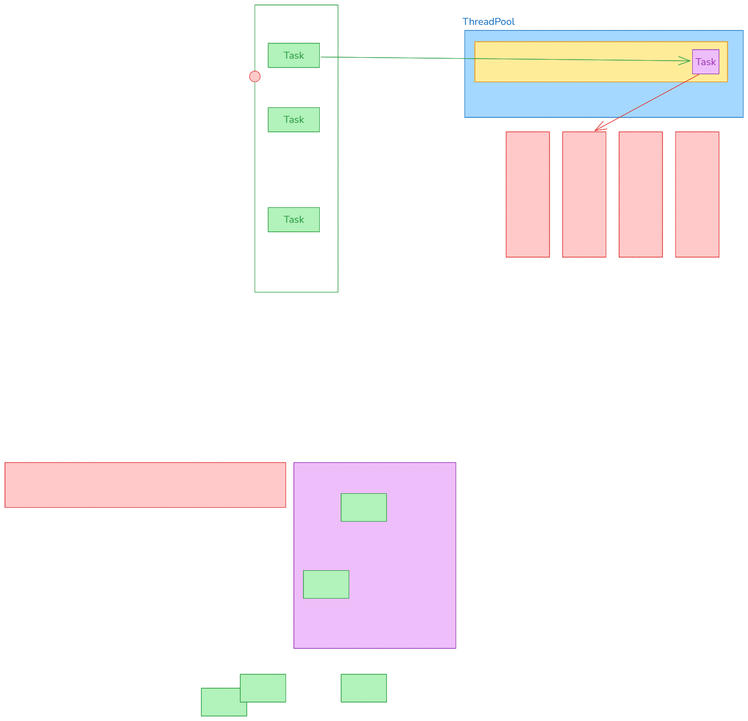
silvercodes/p42_sp keeps this Excalidraw diagram as img/4.tpl.excalidraw.png. Above is the earlier version. Source tidied: one line per element, renumbered; positions are measured from the earlier drawing's top-left corner, leaving out a move shared by most shapes.
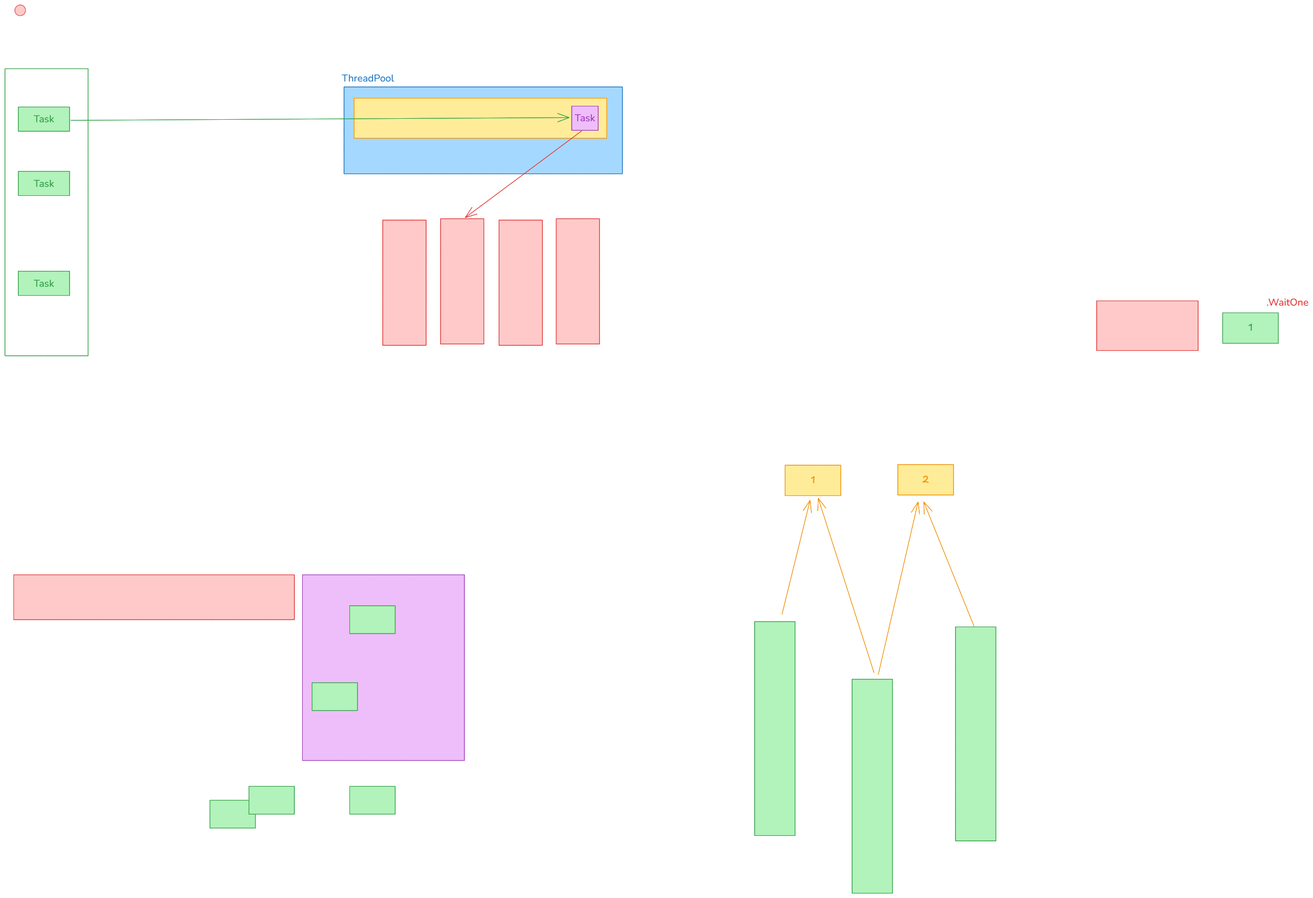
Later version of the same file.

Diff of the diagram source:
```diff
@@ -4,23 +4,38 @@
 {"id": 3, "type": "text", "text": "Task", "strokeColor": "#2f9e44", "backgroundColor": "#b2f2bb", "fillStyle": "solid", "strokeWidth": 1, "roughness": 0, "fontSize": 20, "fontFamily": 6, "textAlign": "center", "verticalAlign": "middle", "inside": 2, "x": 560, "y": 217, "width": 41, "height": 27}
 {"id": 4, "type": "rectangle", "strokeColor": "#2f9e44", "backgroundColor": "#b2f2bb", "fillStyle": "solid", "strokeWidth": 1, "roughness": 0, "x": 529, "y": 407, "width": 103, "height": 49}
 {"id": 5, "type": "text", "text": "Task", "strokeColor": "#2f9e44", "backgroundColor": "#b2f2bb", "fillStyle": "solid", "strokeWidth": 1, "roughness": 0, "fontSize": 20, "fontFamily": 6, "textAlign": "center", "verticalAlign": "middle", "inside": 4, "x": 560, "y": 418, "width": 41, "height": 27}
-{"id": 6, "type": "rectangle", "strokeColor": "#1971c2", "backgroundColor": "#a5d8ff", "fillStyle": "solid", "strokeWidth": 1, "roughness": 0, "x": 924, "y": 51, "width": 560, "height": 175}
+{"id": 6, "type": "rectangle", "strokeColor": "#1971c2", "backgroundColor": "#a5d8ff", "fillStyle": "solid", "strokeWidth": 1, "roughness": 0, "x": 1184, "y": 37, "width": 560, "height": 175}
-{"id": 7, "type": "text", "text": "ThreadPool", "strokeColor": "#1971c2", "backgroundColor": "#a5d8ff", "fillStyle": "solid", "strokeWidth": 1, "roughness": 0, "fontSize": 20, "fontFamily": 6, "x": 920, "y": 20, "width": 105, "height": 27}
+{"id": 7, "type": "text", "text": "ThreadPool", "strokeColor": "#1971c2", "backgroundColor": "#a5d8ff", "fillStyle": "solid", "strokeWidth": 1, "roughness": 0, "fontSize": 20, "fontFamily": 6, "x": 1180, "y": 6, "width": 105, "height": 27}
 {"id": 8, "type": "rectangle", "strokeColor": "#2f9e44", "strokeWidth": 1, "roughness": 0, "x": 502, "y": 0, "width": 167, "height": 578}
-{"id": 9, "type": "rectangle", "strokeColor": "#f08c00", "backgroundColor": "#ffec99", "fillStyle": "solid", "strokeWidth": 1, "roughness": 0, "x": 945, "y": 74, "width": 508, "height": 81}
+{"id": 9, "type": "rectangle", "strokeColor": "#f08c00", "backgroundColor": "#ffec99", "fillStyle": "solid", "strokeWidth": 1, "roughness": 0, "x": 1205, "y": 59, "width": 508, "height": 81}
-{"id": 10, "type": "arrow", "strokeColor": "#2f9e44", "strokeWidth": 1, "roughness": 0, "endArrowhead": "arrow", "round": true, "from": 0, "to": 11, "x": 635, "y": 105, "width": 742, "height": 8, "points": [[0, 0], [742, 8]]}
+{"id": 10, "type": "arrow", "strokeColor": "#2f9e44", "strokeWidth": 1, "roughness": 0, "endArrowhead": "arrow", "round": true, "from": 0, "to": 11, "x": 635, "y": 104, "width": 1002, "height": 6, "points": [[0, 0], [1002, -6]]}
-{"id": 11, "type": "rectangle", "strokeColor": "#9c36b5", "backgroundColor": "#eebefa", "fillStyle": "solid", "strokeWidth": 1, "roughness": 0, "x": 1382, "y": 90, "width": 53, "height": 49}
+{"id": 11, "type": "rectangle", "strokeColor": "#9c36b5", "backgroundColor": "#eebefa", "fillStyle": "solid", "strokeWidth": 1, "roughness": 0, "x": 1642, "y": 75, "width": 53, "height": 49}
-{"id": 12, "type": "text", "text": "Task", "strokeColor": "#9c36b5", "backgroundColor": "#b2f2bb", "fillStyle": "solid", "strokeWidth": 1, "roughness": 0, "fontSize": 20, "fontFamily": 6, "textAlign": "center", "verticalAlign": "middle", "inside": 11, "x": 1389, "y": 101, "width": 41, "height": 27}
+{"id": 12, "type": "text", "text": "Task", "strokeColor": "#9c36b5", "backgroundColor": "#b2f2bb", "fillStyle": "solid", "strokeWidth": 1, "roughness": 0, "fontSize": 20, "fontFamily": 6, "textAlign": "center", "verticalAlign": "middle", "inside": 11, "x": 1649, "y": 86, "width": 41, "height": 27}
-{"id": 13, "type": "ellipse", "strokeColor": "#e03131", "backgroundColor": "#ffc9c9", "fillStyle": "solid", "strokeWidth": 1, "roughness": 0, "x": 492, "y": 133, "width": 22, "height": 22}
+{"id": 13, "type": "ellipse", "strokeColor": "#e03131", "backgroundColor": "#ffc9c9", "fillStyle": "solid", "strokeWidth": 1, "roughness": 0, "x": 522, "y": -128, "width": 22, "height": 22}
-{"id": 14, "type": "rectangle", "strokeColor": "#e03131", "backgroundColor": "#ffc9c9", "fillStyle": "solid", "strokeWidth": 1, "roughness": 0, "x": 1008, "y": 255, "width": 87, "height": 252}
+{"id": 14, "type": "rectangle", "strokeColor": "#e03131", "backgroundColor": "#ffc9c9", "fillStyle": "solid", "strokeWidth": 1, "roughness": 0, "x": 1262, "y": 305, "width": 87, "height": 252}
-{"id": 15, "type": "rectangle", "strokeColor": "#e03131", "backgroundColor": "#ffc9c9", "fillStyle": "solid", "strokeWidth": 1, "roughness": 0, "x": 1121, "y": 255, "width": 87, "height": 252}
+{"id": 15, "type": "rectangle", "strokeColor": "#e03131", "backgroundColor": "#ffc9c9", "fillStyle": "solid", "strokeWidth": 1, "roughness": 0, "x": 1379, "y": 302, "width": 87, "height": 252}
-{"id": 16, "type": "rectangle", "strokeColor": "#e03131", "backgroundColor": "#ffc9c9", "fillStyle": "solid", "strokeWidth": 1, "roughness": 0, "x": 1235, "y": 255, "width": 87, "height": 252}
+{"id": 16, "type": "rectangle", "strokeColor": "#e03131", "backgroundColor": "#ffc9c9", "fillStyle": "solid", "strokeWidth": 1, "roughness": 0, "x": 1496, "y": 305, "width": 87, "height": 252}
-{"id": 17, "type": "rectangle", "strokeColor": "#e03131", "backgroundColor": "#ffc9c9", "fillStyle": "solid", "strokeWidth": 1, "roughness": 0, "x": 1348, "y": 255, "width": 87, "height": 252}
+{"id": 17, "type": "rectangle", "strokeColor": "#e03131", "backgroundColor": "#ffc9c9", "fillStyle": "solid", "strokeWidth": 1, "roughness": 0, "x": 1611, "y": 302, "width": 87, "height": 252}
-{"id": 18, "type": "arrow", "strokeColor": "#e03131", "backgroundColor": "#ffc9c9", "fillStyle": "solid", "strokeWidth": 1, "roughness": 0, "endArrowhead": "arrow", "round": true, "from": 11, "to": 15, "x": 1395, "y": 140, "width": 209, "height": 113, "points": [[0, 0], [-209, 113]]}
+{"id": 18, "type": "arrow", "strokeColor": "#e03131", "backgroundColor": "#ffc9c9", "fillStyle": "solid", "strokeWidth": 1, "roughness": 0, "endArrowhead": "arrow", "round": true, "from": 11, "to": 15, "x": 1663, "y": 125, "width": 234, "height": 174, "points": [[0, 0], [-234, 174]]}
-{"id": 19, "type": "rectangle", "strokeColor": "#9c36b5", "backgroundColor": "#eebefa", "fillStyle": "solid", "strokeWidth": 1, "roughness": 0, "x": 581, "y": 920, "width": 326, "height": 374}
+{"id": 19, "type": "rectangle", "strokeColor": "#9c36b5", "backgroundColor": "#eebefa", "fillStyle": "solid", "strokeWidth": 1, "roughness": 0, "x": 1101, "y": 1018, "width": 326, "height": 374}
-{"id": 20, "type": "rectangle", "strokeColor": "#e03131", "backgroundColor": "#ffc9c9", "fillStyle": "solid", "strokeWidth": 1, "roughness": 0, "x": 0, "y": 920, "width": 565, "height": 90}
+{"id": 20, "type": "rectangle", "strokeColor": "#e03131", "backgroundColor": "#ffc9c9", "fillStyle": "solid", "strokeWidth": 1, "roughness": 0, "x": 520, "y": 1018, "width": 565, "height": 90}
-{"id": 21, "type": "rectangle", "strokeColor": "#2f9e44", "backgroundColor": "#b2f2bb", "fillStyle": "solid", "strokeWidth": 1, "roughness": 0, "x": 395, "y": 1374, "width": 91, "height": 56}
+{"id": 21, "type": "rectangle", "strokeColor": "#2f9e44", "backgroundColor": "#b2f2bb", "fillStyle": "solid", "strokeWidth": 1, "roughness": 0, "x": 915, "y": 1472, "width": 91, "height": 56}
-{"id": 22, "type": "rectangle", "strokeColor": "#2f9e44", "backgroundColor": "#b2f2bb", "fillStyle": "solid", "strokeWidth": 1, "roughness": 0, "x": 676, "y": 1346, "width": 91, "height": 56}
+{"id": 22, "type": "rectangle", "strokeColor": "#2f9e44", "backgroundColor": "#b2f2bb", "fillStyle": "solid", "strokeWidth": 1, "roughness": 0, "x": 1196, "y": 1444, "width": 91, "height": 56}
-{"id": 23, "type": "rectangle", "strokeColor": "#2f9e44", "backgroundColor": "#b2f2bb", "fillStyle": "solid", "strokeWidth": 1, "roughness": 0, "x": 600, "y": 1137, "width": 91, "height": 56}
+{"id": 23, "type": "rectangle", "strokeColor": "#2f9e44", "backgroundColor": "#b2f2bb", "fillStyle": "solid", "strokeWidth": 1, "roughness": 0, "x": 1120, "y": 1235, "width": 91, "height": 56}
-{"id": 24, "type": "rectangle", "strokeColor": "#2f9e44", "backgroundColor": "#b2f2bb", "fillStyle": "solid", "strokeWidth": 1, "roughness": 0, "x": 473, "y": 1346, "width": 91, "height": 56}
+{"id": 24, "type": "rectangle", "strokeColor": "#2f9e44", "backgroundColor": "#b2f2bb", "fillStyle": "solid", "strokeWidth": 1, "roughness": 0, "x": 993, "y": 1444, "width": 91, "height": 56}
-{"id": 25, "type": "rectangle", "strokeColor": "#2f9e44", "backgroundColor": "#b2f2bb", "fillStyle": "solid", "strokeWidth": 1, "roughness": 0, "x": 676, "y": 983, "width": 91, "height": 56}
+{"id": 25, "type": "rectangle", "strokeColor": "#2f9e44", "backgroundColor": "#b2f2bb", "fillStyle": "solid", "strokeWidth": 1, "roughness": 0, "x": 1196, "y": 1081, "width": 91, "height": 56}
+{"id": 26, "type": "rectangle", "strokeColor": "#2f9e44", "backgroundColor": "#b2f2bb", "fillStyle": "solid", "strokeWidth": 1, "roughness": 0, "x": 2010, "y": 1112, "width": 81, "height": 431}
+{"id": 27, "type": "rectangle", "strokeColor": "#2f9e44", "backgroundColor": "#b2f2bb", "fillStyle": "solid", "strokeWidth": 1, "roughness": 0, "x": 2206, "y": 1228, "width": 81, "height": 431}
+{"id": 28, "type": "rectangle", "strokeColor": "#2f9e44", "backgroundColor": "#b2f2bb", "fillStyle": "solid", "strokeWidth": 1, "roughness": 0, "x": 2414, "y": 1123, "width": 81, "height": 431}
+{"id": 29, "type": "rectangle", "strokeColor": "#f08c00", "backgroundColor": "#ffec99", "fillStyle": "solid", "strokeWidth": 1, "roughness": 0, "x": 2072, "y": 798, "width": 112, "height": 61}
+{"id": 30, "type": "text", "text": "1", "strokeColor": "#f08c00", "backgroundColor": "#ffec99", "fillStyle": "solid", "strokeWidth": 1, "roughness": 0, "fontSize": 20, "fontFamily": 5, "textAlign": "center", "verticalAlign": "middle", "inside": 29, "x": 2123, "y": 816, "width": 9, "height": 25}
+{"id": 31, "type": "rectangle", "strokeColor": "#f08c00", "backgroundColor": "#ffec99", "fillStyle": "solid", "strokeWidth": 1, "roughness": 0, "x": 2298, "y": 796, "width": 112, "height": 61}
+{"id": 32, "type": "text", "text": "2", "strokeColor": "#f08c00", "backgroundColor": "#ffec99", "fillStyle": "solid", "strokeWidth": 1, "roughness": 0, "fontSize": 20, "fontFamily": 5, "textAlign": "center", "verticalAlign": "middle", "inside": 31, "x": 2347, "y": 815, "width": 14, "height": 25}
+{"id": 33, "type": "arrow", "strokeColor": "#f08c00", "backgroundColor": "#ffec99", "fillStyle": "solid", "strokeWidth": 1, "roughness": 0, "endArrowhead": "arrow", "round": true, "from": 27, "to": 29, "x": 2250, "y": 1215, "width": 112, "height": 351, "points": [[0, 0], [-112, -351]]}
+{"id": 34, "type": "arrow", "strokeColor": "#f08c00", "backgroundColor": "#ffec99", "fillStyle": "solid", "strokeWidth": 1, "roughness": 0, "endArrowhead": "arrow", "round": true, "from": 26, "to": 29, "x": 2065, "y": 1098, "width": 56, "height": 229, "points": [[0, 0], [56, -229]]}
+{"id": 35, "type": "arrow", "strokeColor": "#f08c00", "backgroundColor": "#ffec99", "fillStyle": "solid", "strokeWidth": 1, "roughness": 0, "endArrowhead": "arrow", "round": true, "from": 27, "to": 31, "x": 2259, "y": 1219, "width": 80, "height": 347, "points": [[0, 0], [80, -347]]}
+{"id": 36, "type": "arrow", "strokeColor": "#f08c00", "backgroundColor": "#ffec99", "fillStyle": "solid", "strokeWidth": 1, "roughness": 0, "endArrowhead": "arrow", "round": true, "from": 28, "to": 31, "x": 2452, "y": 1122, "width": 101, "height": 250, "points": [[0, 0], [-101, -250]]}
+{"id": 37, "type": "rectangle", "strokeColor": "#e03131", "backgroundColor": "#ffc9c9", "fillStyle": "solid", "strokeWidth": 1, "roughness": 0, "x": 2698, "y": 467, "width": 204, "height": 100}
+{"id": 38, "type": "rectangle", "strokeColor": "#2f9e44", "backgroundColor": "#b2f2bb", "fillStyle": "solid", "strokeWidth": 1, "roughness": 0, "x": 2952, "y": 491, "width": 112, "height": 61}
+{"id": 39, "type": "text", "text": "1", "strokeColor": "#2f9e44", "backgroundColor": "#ffec99", "fillStyle": "solid", "strokeWidth": 1, "roughness": 0, "fontSize": 20, "fontFamily": 5, "textAlign": "center", "verticalAlign": "middle", "inside": 38, "x": 3003, "y": 509, "width": 9, "height": 25}
+{"id": 40, "type": "text", "text": ".WaitOne", "strokeColor": "#e03131", "backgroundColor": "#ffc9c9", "fillStyle": "solid", "strokeWidth": 1, "roughness": 0, "fontSize": 20, "fontFamily": 6, "x": 3040, "y": 456, "width": 85, "height": 27}
```
